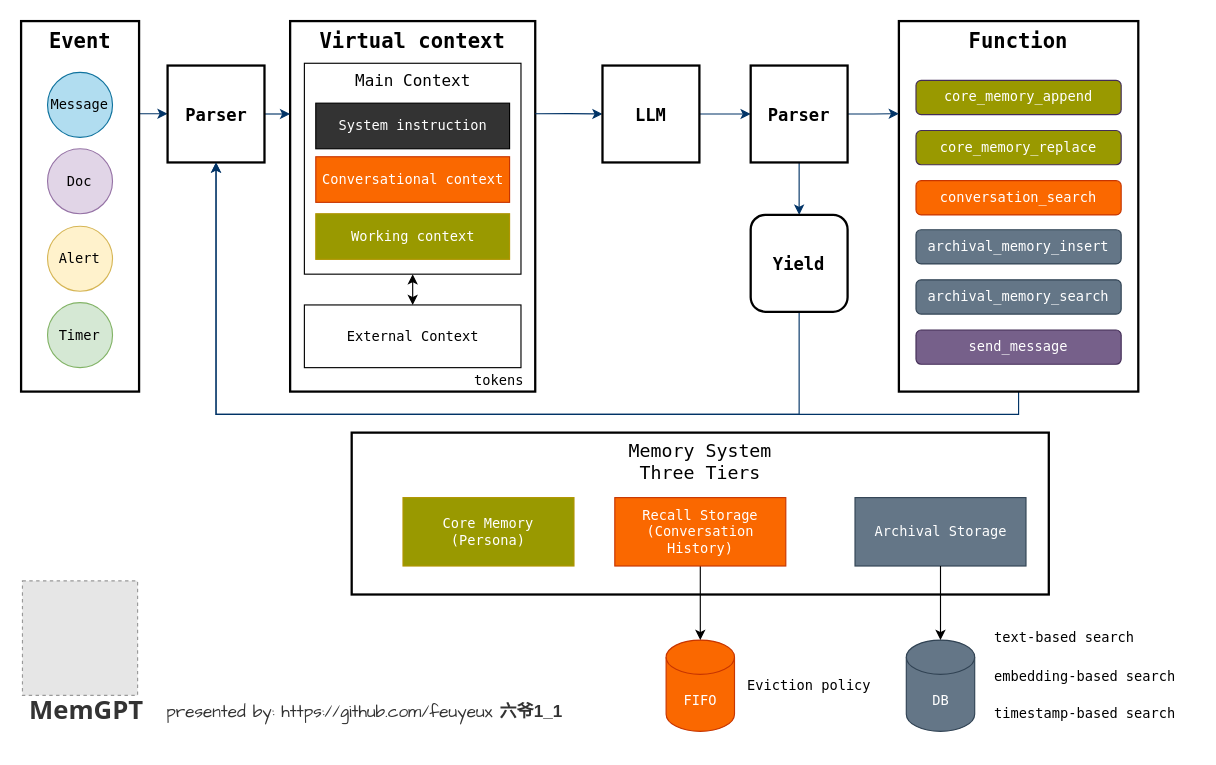
Above: memgpt.drawio in feuyeux/hello-memory (draw.io), before the change. Source tidied: cells renumbered, new cells numbered last; positions are measured from the earlier drawing's top-left corner, leaving out a move shared by most shapes. Both pictures are drawn from the tidied source at 114%, with x=0, y=0 at pixel (21, 21). Pictures stored in the file or linked from it are replaced by grey dashed boxes.
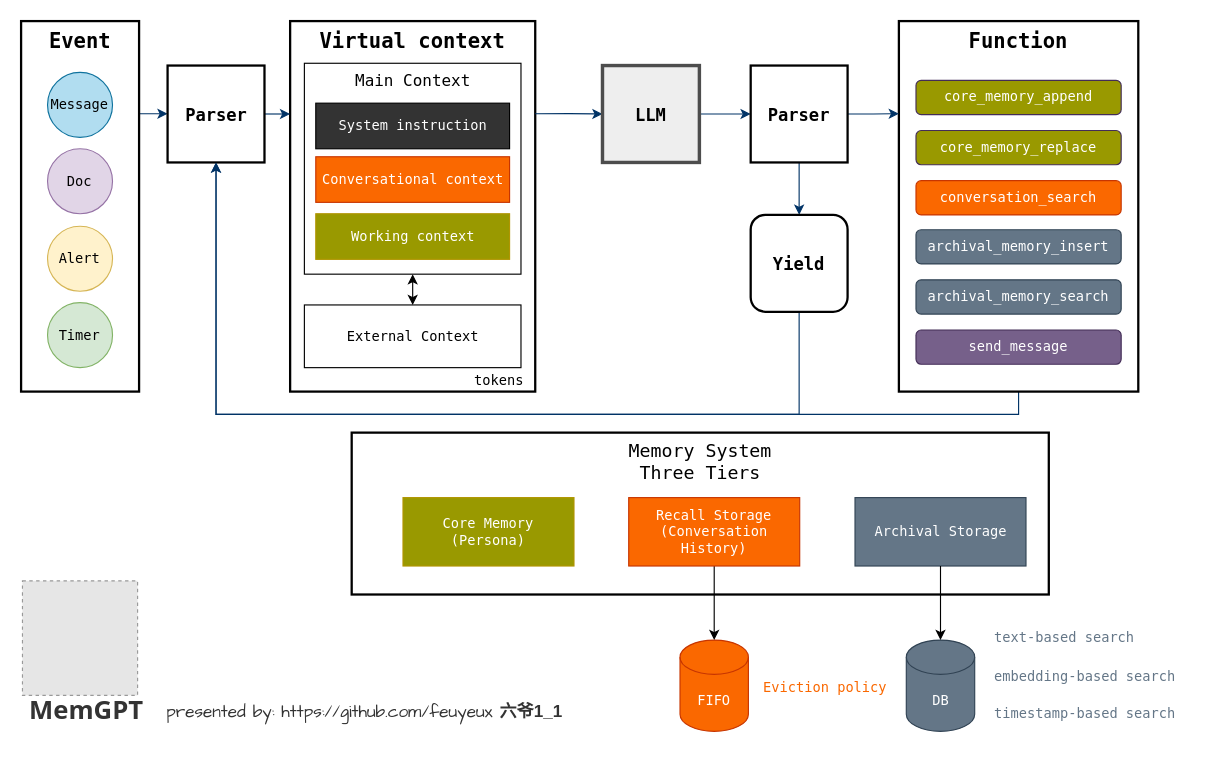
After the change.

What changed in the source:
```diff
@@
     <mxCell id="12" value="FIFO" style="shape=cylinder3;whiteSpace=wrap;html=1;boundedLbl=1;backgroundOutline=1;size=15;fillColor=#fa6800;fontColor=#FFFFFF;strokeColor=#C73500;fontFamily=Monaco;fontSize=12;" parent="1" vertex="1">
-      <mxGeometry x="565.8" y="543" width="60" height="80" as="geometry" />
+      <mxGeometry x="578" y="543" width="60" height="80" as="geometry" />
     </mxCell>
@@
     <mxCell id="15" value="Recall Storage&lt;div style=&quot;font-size: 12px;&quot;&gt;(Conversation History)&lt;/div&gt;" style="rounded=0;whiteSpace=wrap;html=1;fillColor=#fa6800;fontColor=#FFFFFF;strokeColor=#C73500;fontFamily=Monaco;fontSize=12;" parent="1" vertex="1">
-      <mxGeometry x="520.8" y="418" width="150" height="60" as="geometry" />
+      <mxGeometry x="533" y="418" width="150" height="60" as="geometry" />
     </mxCell>
@@
-    <mxCell id="28" value="Eviction policy" style="text;html=1;align=center;verticalAlign=middle;strokeColor=none;fillColor=none;fontFamily=Monaco;fontSize=12;" parent="1" vertex="1">
-      <mxGeometry x="625.8" y="568" width="130" height="30" as="geometry" />
+    <mxCell id="28" value="Eviction policy" style="text;html=1;align=center;verticalAlign=middle;strokeColor=none;fillColor=none;fontFamily=Monaco;fontSize=12;fontColor=#FA6800;" parent="1" vertex="1">
+      <mxGeometry x="640" y="570" width="130" height="30" as="geometry" />
     </mxCell>
-    <mxCell id="29" value="text-based search" style="text;html=1;align=left;verticalAlign=middle;strokeColor=none;fillColor=none;fontSize=12;fontFamily=Monaco;fontStyle=0;" parent="1" vertex="1">
+    <mxCell id="29" value="text-based search" style="text;html=1;align=left;verticalAlign=middle;strokeColor=none;fillColor=none;fontSize=12;fontFamily=Monaco;fontStyle=0;fontColor=#647687;" parent="1" vertex="1">
       <mxGeometry x="851.5" y="526" width="150" height="30" as="geometry" />
     </mxCell>
-    <mxCell id="30" value="embedding-based search" style="text;html=1;align=left;verticalAlign=middle;strokeColor=none;fillColor=none;fontSize=12;fontFamily=Monaco;" parent="1" vertex="1">
+    <mxCell id="30" value="embedding-based search" style="text;html=1;align=left;verticalAlign=middle;strokeColor=none;fillColor=none;fontSize=12;fontFamily=Monaco;fontColor=#647687;" parent="1" vertex="1">
       <mxGeometry x="851.5" y="560" width="180" height="30" as="geometry" />
     </mxCell>
-    <mxCell id="31" value="timestamp-based search" style="text;html=1;align=left;verticalAlign=middle;strokeColor=none;fillColor=none;fontSize=12;fontFamily=Monaco;" parent="1" vertex="1">
+    <mxCell id="31" value="timestamp-based search" style="text;html=1;align=left;verticalAlign=middle;strokeColor=none;fillColor=none;fontSize=12;fontFamily=Monaco;fontColor=#647687;" parent="1" vertex="1">
       <mxGeometry x="851.5" y="593" width="180" height="30" as="geometry" />
     </mxCell>
@@
-    <mxCell id="41" value="LLM" style="whiteSpace=wrap;html=1;fontFamily=Monaco;fontSize=15;fontStyle=1;strokeWidth=2;" parent="1" vertex="1">
+    <mxCell id="41" value="LLM" style="whiteSpace=wrap;html=1;fontFamily=Monaco;fontSize=15;fontStyle=1;strokeWidth=3;fillColor=#eeeeee;strokeColor=#4D4D4D;" parent="1" vertex="1">
       <mxGeometry x="510" y="39" width="85" height="85" as="geometry" />
     </mxCell>
```
